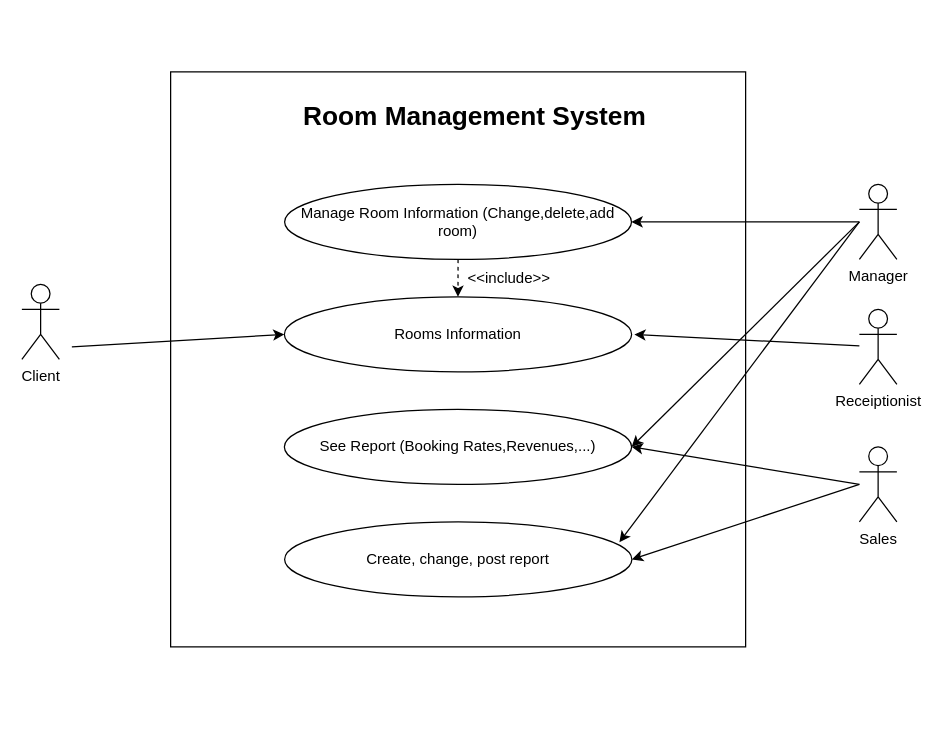
Before: Room-Management.drawio in DuongHoang2111/se-mid-term, a draw.io diagram. Source tidied: cells renumbered, new cells numbered last; positions are measured from the earlier drawing's top-left corner, leaving out a move shared by most shapes. Both pictures are drawn from the tidied source at 125%, with x=0, y=0 at pixel (21, 71).
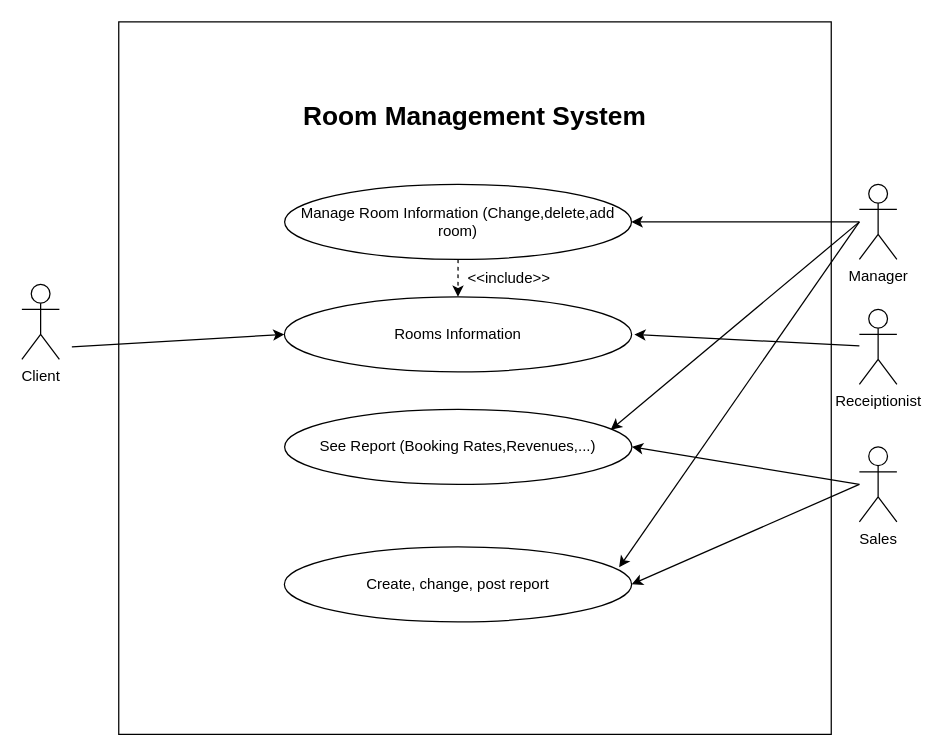
Above is the later version.

Commit message:
Cập nhật Room-Management.drawio

Diff of the diagram source:
```diff
@@
     <mxCell id="2" style="whiteSpace=wrap;html=1;" parent="1" vertex="1">
-      <mxGeometry x="119" width="460" height="460" as="geometry" />
+      <mxGeometry x="77.5" y="-40" width="570" height="570" as="geometry" />
     </mxCell>
@@
     <mxCell id="5" value="Create, change, post report" style="ellipse;whiteSpace=wrap;html=1;" parent="1" vertex="1">
-      <mxGeometry x="210.2" y="360" width="277.8" height="60" as="geometry" />
+      <mxGeometry x="210" y="380" width="277.8" height="60" as="geometry" />
     </mxCell>
@@
     <mxCell id="10" value="See Report (Booking Rates,Revenues,...)" style="ellipse;whiteSpace=wrap;html=1;" parent="1" vertex="1">
-      <mxGeometry x="210" y="270" width="277.8" height="60" as="geometry" />
+      <mxGeometry x="210.2" y="270" width="277.8" height="60" as="geometry" />
     </mxCell>
-    <mxCell id="11" style="endArrow=classic;html=1;rounded=0;entryX=1;entryY=0.5;entryDx=0;entryDy=0;" parent="1" edge="1" target="10">
+    <mxCell id="11" style="endArrow=classic;html=1;rounded=0;entryX=0.939;entryY=0.273;entryDx=0;entryDy=0;entryPerimeter=0;" parent="1" edge="1" target="10">
       <mxGeometry relative="1" as="geometry">
         <mxPoint x="670" y="120" as="sourcePoint" />
       </mxGeometry>
     </mxCell>
```
